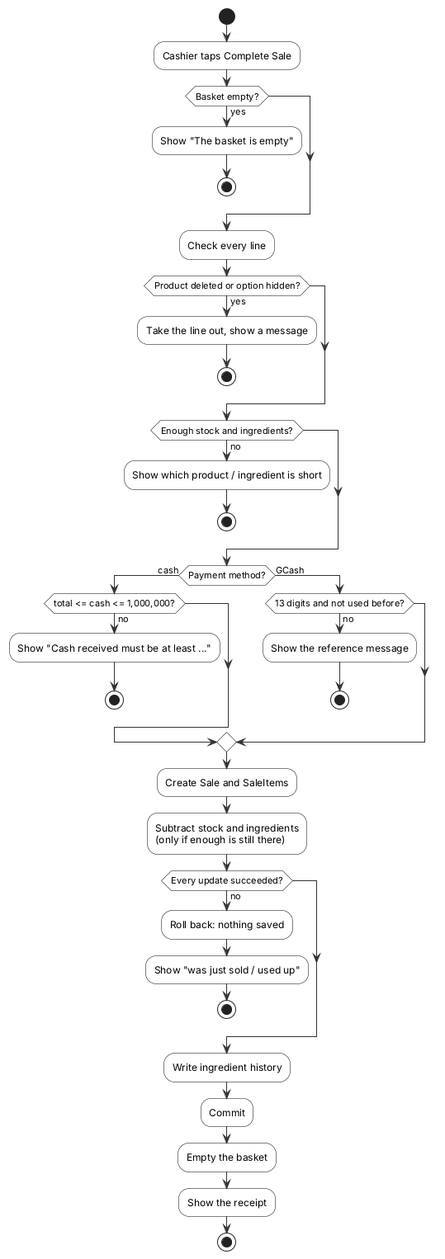
Before: diagrams/uml/22_activity_complete_sale.png, a diagram exported from PlantUML (JmlAsync/inventory-pos-system).
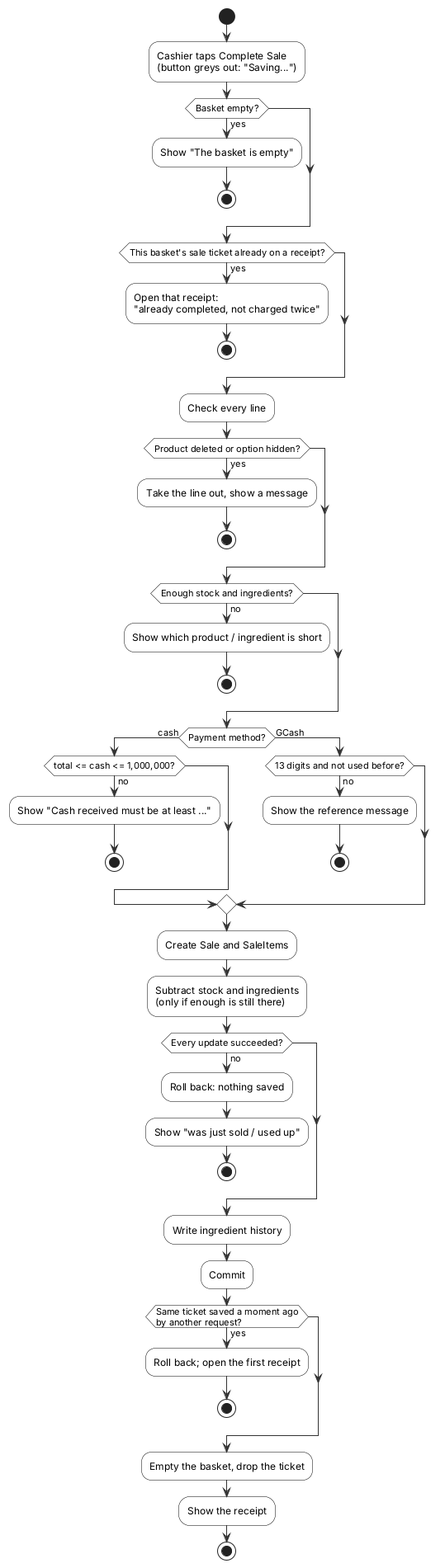
Later version of the same file.

Diff of the diagram source:
```diff
@@ -38,9 +38,13 @@
 hide circle
 
 start
-:Cashier taps Complete Sale;
+:Cashier taps Complete Sale\n(button greys out: "Saving...");
 if (Basket empty?) then (yes)
   :Show "The basket is empty";
+  stop
+endif
+if (This basket's sale ticket already on a receipt?) then (yes)
+  :Open that receipt:\n"already completed, not charged twice";
   stop
 endif
 :Check every line;
@@ -72,7 +76,11 @@
 endif
 :Write ingredient history;
 :Commit;
-:Empty the basket;
+if (Same ticket saved a moment ago\nby another request?) then (yes)
+  :Roll back; open the first receipt;
+  stop
+endif
+:Empty the basket, drop the ticket;
 :Show the receipt;
 stop
 @enduml
```
